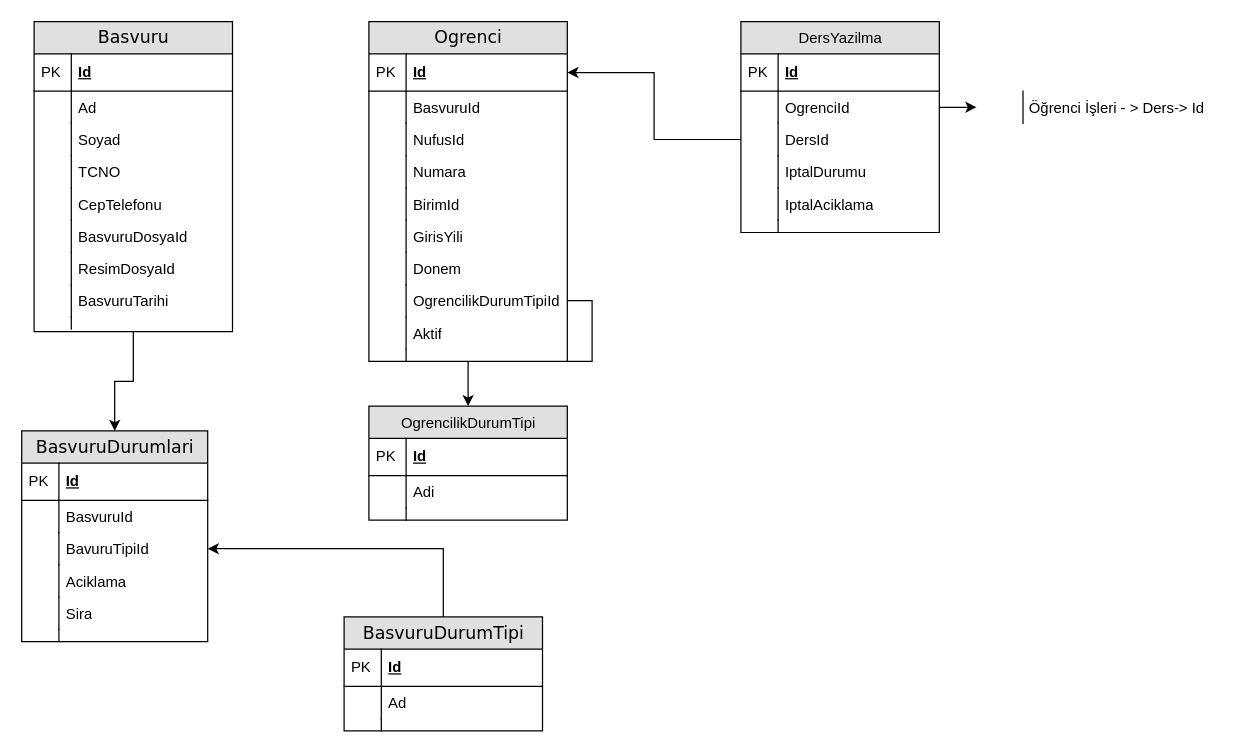
Earlier version of the draw.io diagram page "Öğrenci" (3 of 8) of Kur 2/Veritabanı Diagrams.drawio (etuncay/kugim-gen-yazilimcilar-egitim-programi). Source tidied: cells renumbered, new cells numbered last; positions are measured from the earlier drawing's top-left corner, leaving out a move shared by most shapes. Both pictures are drawn from the tidied source at 124%, with x=0, y=0 at pixel (21, 21).
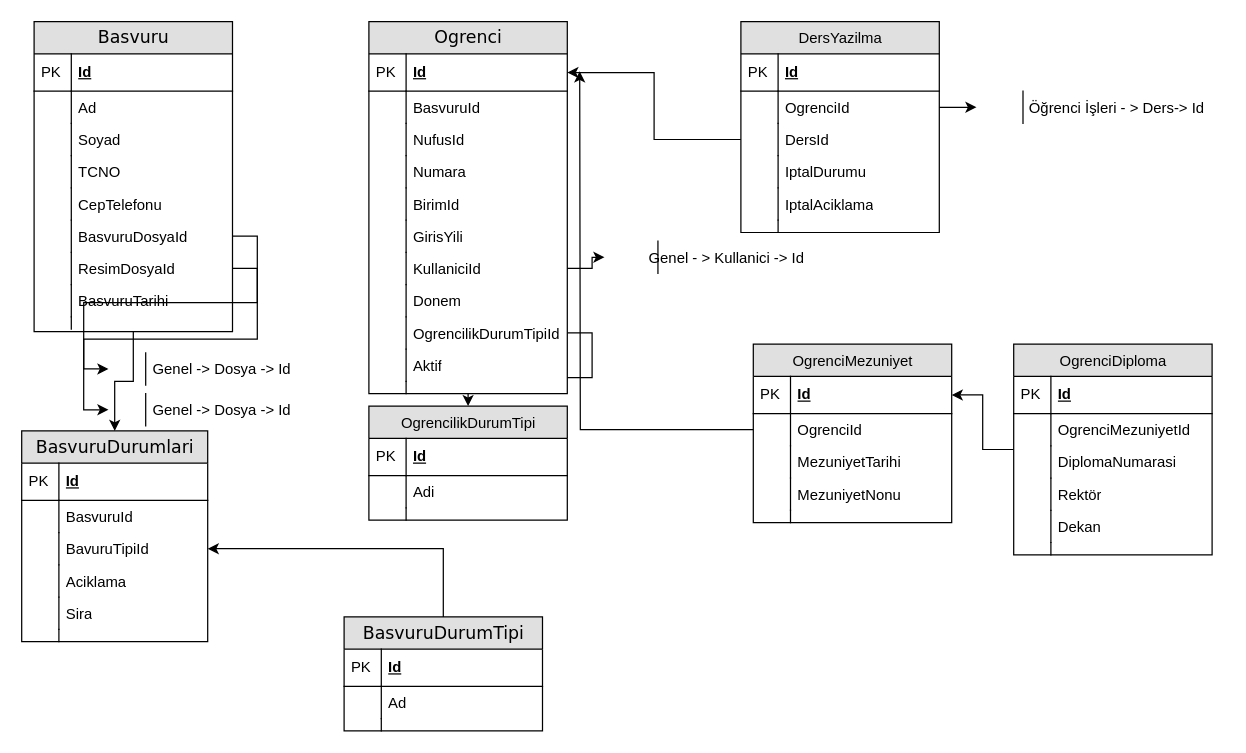
After the change.

The change refers to these unchanged cells:
```xml
<mxCell id="14" value="BasvuruDosyaId" style="shape=partialRectangle;top=0;left=0;right=0;bottom=0;html=1;align=left;verticalAlign=top;fillColor=none;spacingLeft=34;spacingRight=4;whiteSpace=wrap;overflow=hidden;points=[[0,0.5],[1,0.5]];portConstraint=eastwest;" parent="3" vertex="1">
  <mxGeometry y="160" width="160" height="26" as="geometry" />
</mxCell>
<mxCell id="16" value="ResimDosyaId" style="shape=partialRectangle;top=0;left=0;right=0;bottom=0;html=1;align=left;verticalAlign=top;fillColor=none;spacingLeft=34;spacingRight=4;whiteSpace=wrap;overflow=hidden;points=[[0,0.5],[1,0.5]];portConstraint=eastwest;" parent="3" vertex="1">
  <mxGeometry y="186" width="160" height="26" as="geometry" />
</mxCell>
```

The edit, as a diff of the source:
```diff
@@
     <mxCell id="23" value="Ogrenci" style="swimlane;html=1;fontStyle=0;horizontal=1;startSize=26;fillColor=#e0e0e0;swimlaneFillColor=#ffffff;align=center;rounded=0;shadow=0;comic=0;labelBackgroundColor=none;strokeWidth=1;fontFamily=Verdana;fontSize=14;" parent="1" vertex="1">
-      <mxGeometry x="280" width="160" height="274" as="geometry" />
+      <mxGeometry x="280" width="160" height="300" as="geometry" />
     </mxCell>
@@
+    <mxCell id="89" value="KullaniciId" style="shape=partialRectangle;top=0;left=0;right=0;bottom=0;html=1;align=left;verticalAlign=top;fillColor=none;spacingLeft=34;spacingRight=4;whiteSpace=wrap;overflow=hidden;points=[[0,0.5],[1,0.5]];portConstraint=eastwest;" parent="23" vertex="1">
+      <mxGeometry y="186" width="160" height="26" as="geometry" />
+    </mxCell>
+    <mxCell id="90" style="shape=partialRectangle;top=0;left=0;bottom=0;html=1;fillColor=none;align=left;verticalAlign=top;spacingLeft=4;spacingRight=4;whiteSpace=wrap;overflow=hidden;" parent="89" vertex="1">
+      <mxGeometry width="30" height="26" as="geometry" />
+    </mxCell>
     <mxCell id="36" value="Donem" style="shape=partialRectangle;top=0;left=0;right=0;bottom=0;html=1;align=left;verticalAlign=top;fillColor=none;spacingLeft=34;spacingRight=4;whiteSpace=wrap;overflow=hidden;" parent="23" vertex="1">
-      <mxGeometry y="186" width="160" height="26" as="geometry" />
+      <mxGeometry y="212" width="160" height="26" as="geometry" />
     </mxCell>
@@
     <mxCell id="38" value="OgrencilikDurumTipiId" style="shape=partialRectangle;top=0;left=0;right=0;bottom=0;html=1;align=left;verticalAlign=top;fillColor=none;spacingLeft=34;spacingRight=4;whiteSpace=wrap;overflow=hidden;points=[[0,0.5],[1,0.5]];portConstraint=eastwest;" parent="23" vertex="1">
-      <mxGeometry y="212" width="160" height="26" as="geometry" />
+      <mxGeometry y="238" width="160" height="26" as="geometry" />
     </mxCell>
@@
     <mxCell id="40" value="Aktif" style="shape=partialRectangle;top=0;left=0;right=0;bottom=0;html=1;align=left;verticalAlign=top;fillColor=none;spacingLeft=34;spacingRight=4;whiteSpace=wrap;overflow=hidden;" parent="23" vertex="1">
-      <mxGeometry y="238" width="160" height="26" as="geometry" />
+      <mxGeometry y="264" width="160" height="26" as="geometry" />
     </mxCell>
@@
     <mxCell id="42" style="shape=partialRectangle;top=0;left=0;right=0;bottom=0;html=1;align=left;verticalAlign=top;fillColor=none;spacingLeft=34;spacingRight=4;whiteSpace=wrap;overflow=hidden;" parent="23" vertex="1">
-      <mxGeometry y="264" width="160" height="10" as="geometry" />
+      <mxGeometry y="290" width="160" height="10" as="geometry" />
     </mxCell>
@@
+    <mxCell id="91" value="&lt;span style=&quot;font-family: &amp;#34;helvetica&amp;#34; ; font-size: 12px ; text-align: left&quot;&gt;OgrenciMezuniyet&lt;/span&gt;" style="swimlane;html=1;fontStyle=0;horizontal=1;startSize=26;fillColor=#e0e0e0;swimlaneFillColor=#ffffff;align=center;rounded=0;shadow=0;comic=0;labelBackgroundColor=none;strokeWidth=1;fontFamily=Verdana;fontSize=14;" parent="1" vertex="1">
+      <mxGeometry x="590" y="260" width="160" height="144" as="geometry" />
+    </mxCell>
+    <mxCell id="92" value="Id" style="shape=partialRectangle;top=0;left=0;right=0;bottom=1;html=1;align=left;verticalAlign=middle;fillColor=none;spacingLeft=34;spacingRight=4;whiteSpace=wrap;overflow=hidden;points=[[0,0.5],[1,0.5]];portConstraint=eastwest;fontStyle=5;" parent="91" vertex="1">
+      <mxGeometry y="26" width="160" height="30" as="geometry" />
+    </mxCell>
+    <mxCell id="93" value="PK" style="shape=partialRectangle;top=0;left=0;bottom=0;html=1;fillColor=none;align=left;verticalAlign=middle;spacingLeft=4;spacingRight=4;whiteSpace=wrap;overflow=hidden;" parent="92" vertex="1">
+      <mxGeometry width="30" height="30" as="geometry" />
+    </mxCell>
+    <mxCell id="94" value="OgrenciId" style="shape=partialRectangle;top=0;left=0;right=0;bottom=0;html=1;align=left;verticalAlign=top;fillColor=none;spacingLeft=34;spacingRight=4;whiteSpace=wrap;overflow=hidden;points=[[0,0.5],[1,0.5]];portConstraint=eastwest;" parent="91" vertex="1">
+      <mxGeometry y="56" width="160" height="26" as="geometry" />
+    </mxCell>
+    <mxCell id="95" style="shape=partialRectangle;top=0;left=0;bottom=0;html=1;fillColor=none;align=left;verticalAlign=top;spacingLeft=4;spacingRight=4;whiteSpace=wrap;overflow=hidden;" parent="94" vertex="1">
+      <mxGeometry width="30" height="26" as="geometry" />
+    </mxCell>
+    <mxCell id="96" value="MezuniyetTarihi" style="shape=partialRectangle;top=0;left=0;right=0;bottom=0;html=1;align=left;verticalAlign=top;fillColor=none;spacingLeft=34;spacingRight=4;whiteSpace=wrap;overflow=hidden;" parent="91" vertex="1">
+      <mxGeometry y="82" width="160" height="26" as="geometry" />
+    </mxCell>
+    <mxCell id="97" style="shape=partialRectangle;top=0;left=0;bottom=0;html=1;fillColor=none;align=left;verticalAlign=top;spacingLeft=4;spacingRight=4;whiteSpace=wrap;overflow=hidden;" parent="96" vertex="1">
+      <mxGeometry width="30" height="26" as="geometry" />
+    </mxCell>
+    <mxCell id="98" value="MezuniyetNonu" style="shape=partialRectangle;top=0;left=0;right=0;bottom=0;html=1;align=left;verticalAlign=top;fillColor=none;spacingLeft=34;spacingRight=4;whiteSpace=wrap;overflow=hidden;" parent="91" vertex="1">
+      <mxGeometry y="108" width="160" height="26" as="geometry" />
+    </mxCell>
+    <mxCell id="99" style="shape=partialRectangle;top=0;left=0;bottom=0;html=1;fillColor=none;align=left;verticalAlign=top;spacingLeft=4;spacingRight=4;whiteSpace=wrap;overflow=hidden;" parent="98" vertex="1">
+      <mxGeometry width="30" height="26" as="geometry" />
+    </mxCell>
+    <mxCell id="100" style="shape=partialRectangle;top=0;left=0;right=0;bottom=0;html=1;align=left;verticalAlign=top;fillColor=none;spacingLeft=34;spacingRight=4;whiteSpace=wrap;overflow=hidden;" parent="91" vertex="1">
+      <mxGeometry y="134" width="160" height="10" as="geometry" />
+    </mxCell>
+    <mxCell id="101" style="shape=partialRectangle;top=0;left=0;bottom=0;html=1;fillColor=none;align=left;verticalAlign=top;spacingLeft=4;spacingRight=4;whiteSpace=wrap;overflow=hidden;" parent="100" vertex="1">
+      <mxGeometry width="30" height="10" as="geometry" />
+    </mxCell>
+    <mxCell id="102" style="edgeStyle=orthogonalEdgeStyle;rounded=0;jettySize=auto;html=1;" parent="1" edge="1" source="103" target="92">
+      <mxGeometry relative="1" as="geometry" />
+    </mxCell>
+    <mxCell id="103" value="&lt;span style=&quot;font-family: &amp;#34;helvetica&amp;#34; ; font-size: 12px ; text-align: left&quot;&gt;OgrenciDiploma&lt;/span&gt;" style="swimlane;html=1;fontStyle=0;horizontal=1;startSize=26;fillColor=#e0e0e0;swimlaneFillColor=#ffffff;align=center;rounded=0;shadow=0;comic=0;labelBackgroundColor=none;strokeWidth=1;fontFamily=Verdana;fontSize=14;" parent="1" vertex="1">
+      <mxGeometry x="800" y="260" width="160" height="170" as="geometry" />
+    </mxCell>
+    <mxCell id="104" value="Id" style="shape=partialRectangle;top=0;left=0;right=0;bottom=1;html=1;align=left;verticalAlign=middle;fillColor=none;spacingLeft=34;spacingRight=4;whiteSpace=wrap;overflow=hidden;fontStyle=5;" parent="103" vertex="1">
+      <mxGeometry y="26" width="160" height="30" as="geometry" />
+    </mxCell>
+    <mxCell id="105" value="PK" style="shape=partialRectangle;top=0;left=0;bottom=0;html=1;fillColor=none;align=left;verticalAlign=middle;spacingLeft=4;spacingRight=4;whiteSpace=wrap;overflow=hidden;" parent="104" vertex="1">
+      <mxGeometry width="30" height="30" as="geometry" />
+    </mxCell>
+    <mxCell id="106" value="OgrenciMezuniyetId" style="shape=partialRectangle;top=0;left=0;right=0;bottom=0;html=1;align=left;verticalAlign=top;fillColor=none;spacingLeft=34;spacingRight=4;whiteSpace=wrap;overflow=hidden;" parent="103" vertex="1">
+      <mxGeometry y="56" width="160" height="26" as="geometry" />
+    </mxCell>
+    <mxCell id="107" style="shape=partialRectangle;top=0;left=0;bottom=0;html=1;fillColor=none;align=left;verticalAlign=top;spacingLeft=4;spacingRight=4;whiteSpace=wrap;overflow=hidden;" parent="106" vertex="1">
+      <mxGeometry width="30" height="26" as="geometry" />
+    </mxCell>
+    <mxCell id="108" value="DiplomaNumarasi" style="shape=partialRectangle;top=0;left=0;right=0;bottom=0;html=1;align=left;verticalAlign=top;fillColor=none;spacingLeft=34;spacingRight=4;whiteSpace=wrap;overflow=hidden;" parent="103" vertex="1">
+      <mxGeometry y="82" width="160" height="26" as="geometry" />
+    </mxCell>
+    <mxCell id="109" style="shape=partialRectangle;top=0;left=0;bottom=0;html=1;fillColor=none;align=left;verticalAlign=top;spacingLeft=4;spacingRight=4;whiteSpace=wrap;overflow=hidden;" parent="108" vertex="1">
+      <mxGeometry width="30" height="26" as="geometry" />
+    </mxCell>
+    <mxCell id="110" value="Rektör" style="shape=partialRectangle;top=0;left=0;right=0;bottom=0;html=1;align=left;verticalAlign=top;fillColor=none;spacingLeft=34;spacingRight=4;whiteSpace=wrap;overflow=hidden;" parent="103" vertex="1">
+      <mxGeometry y="108" width="160" height="26" as="geometry" />
+    </mxCell>
+    <mxCell id="111" style="shape=partialRectangle;top=0;left=0;bottom=0;html=1;fillColor=none;align=left;verticalAlign=top;spacingLeft=4;spacingRight=4;whiteSpace=wrap;overflow=hidden;" parent="110" vertex="1">
+      <mxGeometry width="30" height="26" as="geometry" />
+    </mxCell>
+    <mxCell id="112" value="Dekan" style="shape=partialRectangle;top=0;left=0;right=0;bottom=0;html=1;align=left;verticalAlign=top;fillColor=none;spacingLeft=34;spacingRight=4;whiteSpace=wrap;overflow=hidden;" parent="103" vertex="1">
+      <mxGeometry y="134" width="160" height="26" as="geometry" />
+    </mxCell>
+    <mxCell id="113" style="shape=partialRectangle;top=0;left=0;bottom=0;html=1;fillColor=none;align=left;verticalAlign=top;spacingLeft=4;spacingRight=4;whiteSpace=wrap;overflow=hidden;" parent="112" vertex="1">
+      <mxGeometry width="30" height="26" as="geometry" />
+    </mxCell>
+    <mxCell id="114" style="shape=partialRectangle;top=0;left=0;right=0;bottom=0;html=1;align=left;verticalAlign=top;fillColor=none;spacingLeft=34;spacingRight=4;whiteSpace=wrap;overflow=hidden;" parent="103" vertex="1">
+      <mxGeometry y="160" width="160" height="10" as="geometry" />
+    </mxCell>
+    <mxCell id="115" style="shape=partialRectangle;top=0;left=0;bottom=0;html=1;fillColor=none;align=left;verticalAlign=top;spacingLeft=4;spacingRight=4;whiteSpace=wrap;overflow=hidden;" parent="114" vertex="1">
+      <mxGeometry width="30" height="10" as="geometry" />
+    </mxCell>
+    <mxCell id="116" style="edgeStyle=orthogonalEdgeStyle;rounded=0;jettySize=auto;html=1;" parent="1" edge="1" source="94">
+      <mxGeometry relative="1" as="geometry">
+        <mxPoint x="450" y="40" as="targetPoint" />
+      </mxGeometry>
+    </mxCell>
+    <mxCell id="117" value="Genel - &amp;gt; Kullanici -&amp;gt; Id" style="shape=partialRectangle;top=0;left=0;right=0;bottom=0;html=1;align=left;verticalAlign=top;fillColor=none;spacingLeft=34;spacingRight=4;whiteSpace=wrap;overflow=hidden;points=[[0,0.5],[1,0.5]];portConstraint=eastwest;" parent="1" vertex="1">
+      <mxGeometry x="470" y="177" width="230" height="26" as="geometry" />
+    </mxCell>
+    <mxCell id="118" style="shape=partialRectangle;top=0;left=0;bottom=0;html=1;fillColor=none;align=left;verticalAlign=top;spacingLeft=4;spacingRight=4;whiteSpace=wrap;overflow=hidden;" parent="117" vertex="1">
+      <mxGeometry width="43.1" height="26" as="geometry" />
+    </mxCell>
+    <mxCell id="119" style="edgeStyle=orthogonalEdgeStyle;rounded=0;jettySize=auto;html=1;" parent="1" edge="1" source="89" target="117">
+      <mxGeometry relative="1" as="geometry" />
+    </mxCell>
+    <mxCell id="120" value="Genel -&amp;gt; Dosya -&amp;gt; Id" style="shape=partialRectangle;top=0;left=0;right=0;bottom=0;html=1;align=left;verticalAlign=top;fillColor=none;spacingLeft=34;spacingRight=4;whiteSpace=wrap;overflow=hidden;points=[[0,0.5],[1,0.5]];portConstraint=eastwest;" parent="1" vertex="1">
+      <mxGeometry x="70" y="267" width="160" height="26" as="geometry" />
+    </mxCell>
+    <mxCell id="121" style="shape=partialRectangle;top=0;left=0;bottom=0;html=1;fillColor=none;align=left;verticalAlign=top;spacingLeft=4;spacingRight=4;whiteSpace=wrap;overflow=hidden;" parent="120" vertex="1">
+      <mxGeometry width="30" height="26" as="geometry" />
+    </mxCell>
+    <mxCell id="122" style="edgeStyle=orthogonalEdgeStyle;rounded=0;jettySize=auto;html=1;" parent="1" edge="1" source="14" target="120">
+      <mxGeometry relative="1" as="geometry" />
+    </mxCell>
+    <mxCell id="123" value="Genel -&amp;gt; Dosya -&amp;gt; Id" style="shape=partialRectangle;top=0;left=0;right=0;bottom=0;html=1;align=left;verticalAlign=top;fillColor=none;spacingLeft=34;spacingRight=4;whiteSpace=wrap;overflow=hidden;points=[[0,0.5],[1,0.5]];portConstraint=eastwest;" parent="1" vertex="1">
+      <mxGeometry x="70" y="300" width="160" height="26" as="geometry" />
+    </mxCell>
+    <mxCell id="124" style="shape=partialRectangle;top=0;left=0;bottom=0;html=1;fillColor=none;align=left;verticalAlign=top;spacingLeft=4;spacingRight=4;whiteSpace=wrap;overflow=hidden;" parent="123" vertex="1">
+      <mxGeometry width="30" height="26" as="geometry" />
+    </mxCell>
+    <mxCell id="125" style="edgeStyle=orthogonalEdgeStyle;rounded=0;jettySize=auto;html=1;" parent="1" edge="1" source="16" target="123">
+      <mxGeometry relative="1" as="geometry" />
+    </mxCell>
```
